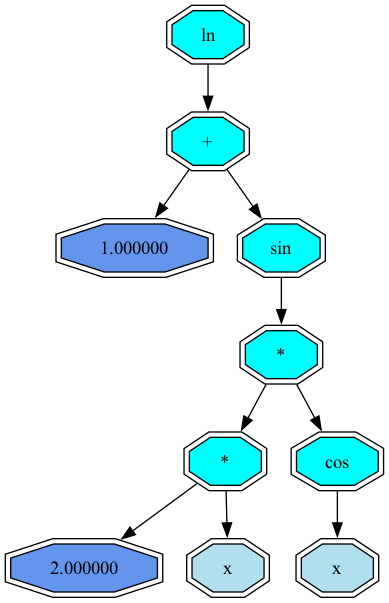
The Graphviz diagram original.png in Pave2005/differential, before a commit. Its source is kept beside it as original.dot.
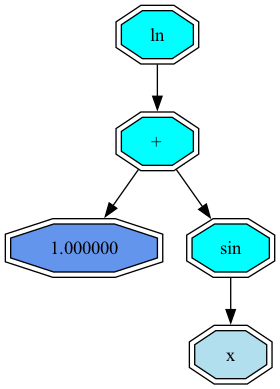
After the commit.

Change to the diagram source:
```diff
@@ -1,25 +1,14 @@
 digraph G {
 node [shape = record];
- 12170056320  12170056320 [shape = doubleoctagon, style = filled, fillcolor = aqua  label = " ln "];
+ 11330057340  11330057340 [shape = doubleoctagon, style = filled, fillcolor = aqua  label = " ln "];
 
- 12170056320 -> 12170056260
- 12170056260 [shape = doubleoctagon, style = filled, fillcolor = aqua  label = " + "];
-12170056260 -> 12170057500
- 12170056260 -> 12170056220
- 12170057500 [shape = doubleoctagon, style = filled, fillcolor = cornflowerblue  label = " 1.000000 "];
- 12170056220 [shape = doubleoctagon, style = filled, fillcolor = aqua  label = " sin "];
+ 11330057340 -> 11330057300
+ 11330057300 [shape = doubleoctagon, style = filled, fillcolor = aqua  label = " + "];
+11330057300 -> 11330057140
+ 11330057300 -> 11330057540
+ 11330057140 [shape = doubleoctagon, style = filled, fillcolor = cornflowerblue  label = " 1.000000 "];
+ 11330057540 [shape = doubleoctagon, style = filled, fillcolor = aqua  label = " sin "];
 
- 12170056220 -> 12170056160
- 12170056160 [shape = doubleoctagon, style = filled, fillcolor = aqua  label = " * "];
-12170056160 -> 12170057340
- 12170056160 -> 12170056120
- 12170057340 [shape = doubleoctagon, style = filled, fillcolor = aqua  label = " * "];
-12170057340 -> 12170057540
- 12170057340 -> 12170057300
- 12170057540 [shape = doubleoctagon, style = filled, fillcolor = cornflowerblue  label = " 2.000000 "];
- 12170057300 [shape = doubleoctagon, style = filled, fillcolor = lightblue2  label = " x "];
- 12170056120 [shape = doubleoctagon, style = filled, fillcolor = aqua  label = " cos "];
-
- 12170056120 -> 12170056060
- 12170056060 [shape = doubleoctagon, style = filled, fillcolor = lightblue2  label = " x "];
+ 11330057540 -> 11330057500
+ 11330057500 [shape = doubleoctagon, style = filled, fillcolor = lightblue2  label = " x "];
 }
```
